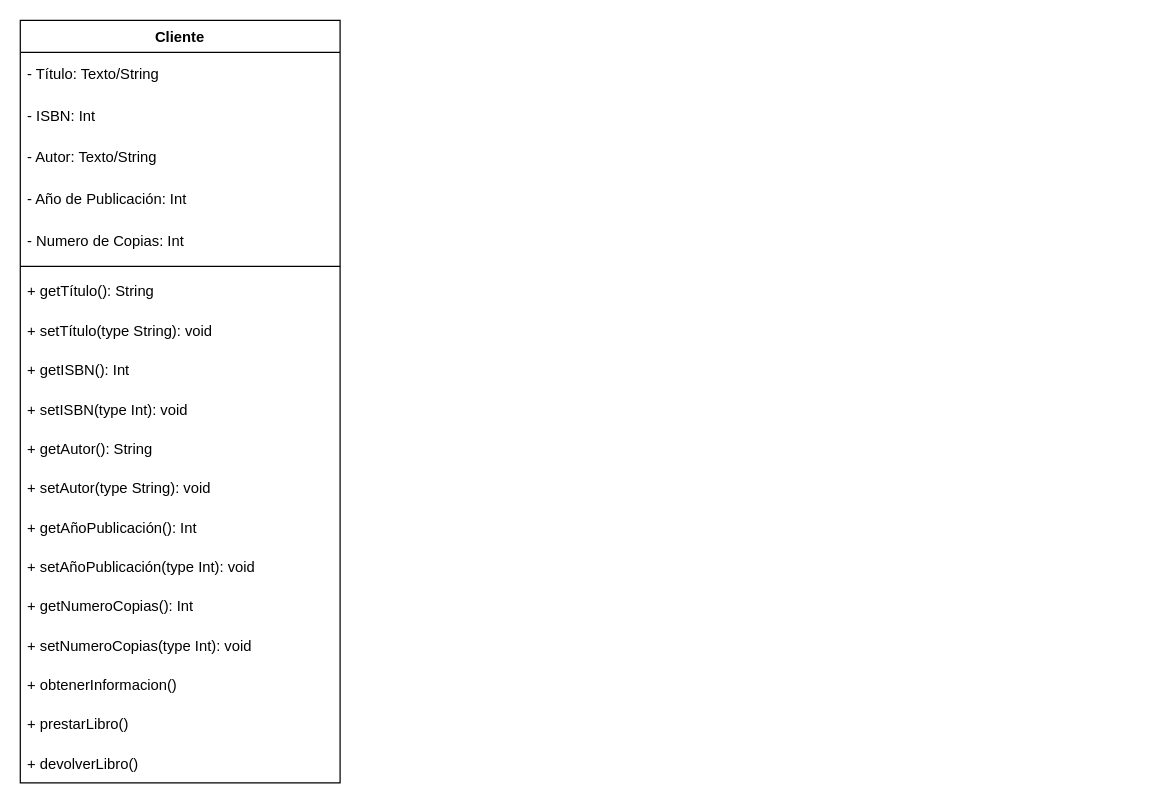
Earlier version of the draw.io diagram Proyecto/Diagramas/ProyectoETS-PRO_DIagramas.drawio (PeterMartEsc/ETS). Source tidied: cells renumbered, new cells numbered last; positions are measured from the earlier drawing's top-left corner, leaving out a move shared by most shapes. Both pictures are drawn from the tidied source at 123%, with x=0, y=0 at pixel (20, 20).
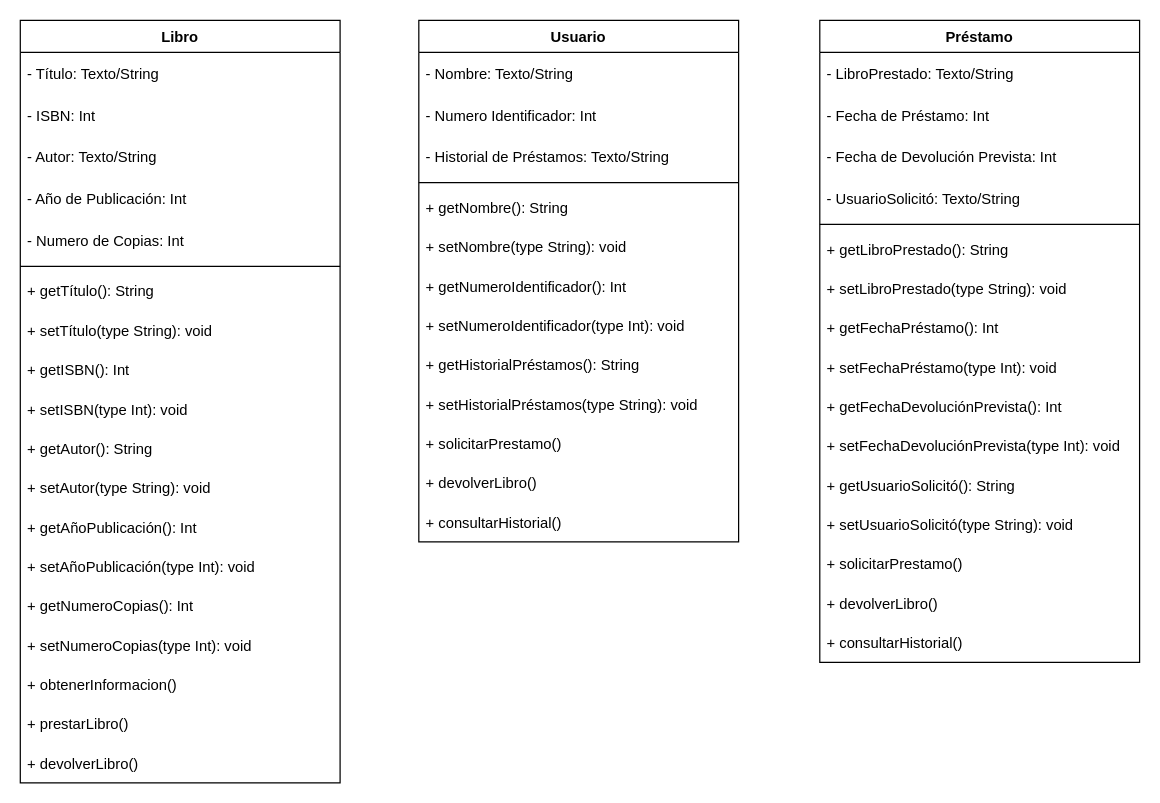
Above is the later version.

The edit, as a diff of the source:
```diff
@@
-    <mxCell id="2" value="Cliente" style="swimlane;align=center;verticalAlign=middle;horizontal=1;startSize=26;" parent="1" vertex="1">
+    <mxCell id="2" value="Libro" style="swimlane;align=center;verticalAlign=middle;horizontal=1;startSize=26;" parent="1" vertex="1">
       <mxGeometry width="260" height="620" as="geometry" />
     </mxCell>
@@
+    <mxCell id="22" value="Usuario" style="swimlane;align=center;verticalAlign=middle;horizontal=1;startSize=26;" parent="1" vertex="1">
+      <mxGeometry x="324" width="260" height="424" as="geometry" />
+    </mxCell>
+    <mxCell id="23" value="- Nombre: Texto/String" style="text;strokeColor=none;fillColor=none;align=left;verticalAlign=middle;spacingLeft=4;spacingRight=4;overflow=hidden;" parent="22" vertex="1">
+      <mxGeometry y="26" width="260" height="34" as="geometry" />
+    </mxCell>
+    <mxCell id="24" value="- Numero Identificador: Int" style="text;strokeColor=none;fillColor=none;align=left;verticalAlign=middle;spacingLeft=4;spacingRight=4;overflow=hidden;" parent="22" vertex="1">
+      <mxGeometry y="60" width="260" height="34" as="geometry" />
+    </mxCell>
+    <mxCell id="25" value="- Historial de Préstamos: Texto/String" style="text;strokeColor=none;fillColor=none;align=left;verticalAlign=middle;spacingLeft=4;spacingRight=4;overflow=hidden;" parent="22" vertex="1">
+      <mxGeometry y="94" width="260" height="34" as="geometry" />
+    </mxCell>
+    <mxCell id="26" style="line;strokeWidth=1;fillColor=none;align=left;verticalAlign=middle;spacingTop=-1;spacingLeft=3;spacingRight=3;labelPosition=right;strokeColor=inherit;" parent="22" vertex="1">
+      <mxGeometry y="128" width="260" height="8" as="geometry" />
+    </mxCell>
+    <mxCell id="27" value="+ getNombre(): String" style="text;strokeColor=none;fillColor=none;align=left;verticalAlign=middle;spacingLeft=4;spacingRight=4;overflow=hidden;" parent="22" vertex="1">
+      <mxGeometry y="136" width="260" height="32" as="geometry" />
+    </mxCell>
+    <mxCell id="28" value="+ setNombre(type String): void" style="text;strokeColor=none;fillColor=none;align=left;verticalAlign=middle;spacingLeft=4;spacingRight=4;overflow=hidden;" parent="22" vertex="1">
+      <mxGeometry y="168" width="260" height="32" as="geometry" />
+    </mxCell>
+    <mxCell id="29" value="+ getNumeroIdentificador(): Int" style="text;strokeColor=none;fillColor=none;align=left;verticalAlign=middle;spacingLeft=4;spacingRight=4;overflow=hidden;" parent="22" vertex="1">
+      <mxGeometry y="200" width="260" height="32" as="geometry" />
+    </mxCell>
+    <mxCell id="30" value="+ setNumeroIdentificador(type Int): void" style="text;strokeColor=none;fillColor=none;align=left;verticalAlign=middle;spacingLeft=4;spacingRight=4;overflow=hidden;" parent="22" vertex="1">
+      <mxGeometry y="232" width="260" height="32" as="geometry" />
+    </mxCell>
+    <mxCell id="31" value="+ getHistorialPréstamos(): String" style="text;strokeColor=none;fillColor=none;align=left;verticalAlign=middle;spacingLeft=4;spacingRight=4;overflow=hidden;" parent="22" vertex="1">
+      <mxGeometry y="264" width="260" height="32" as="geometry" />
+    </mxCell>
+    <mxCell id="32" value="+ setHistorialPréstamos(type String): void" style="text;strokeColor=none;fillColor=none;align=left;verticalAlign=middle;spacingLeft=4;spacingRight=4;overflow=hidden;" parent="22" vertex="1">
+      <mxGeometry y="296" width="260" height="32" as="geometry" />
+    </mxCell>
+    <mxCell id="33" value="+ solicitarPrestamo()" style="text;strokeColor=none;fillColor=none;align=left;verticalAlign=middle;spacingLeft=4;spacingRight=4;overflow=hidden;" parent="22" vertex="1">
+      <mxGeometry y="328" width="260" height="32" as="geometry" />
+    </mxCell>
+    <mxCell id="34" value="+ devolverLibro()" style="text;strokeColor=none;fillColor=none;align=left;verticalAlign=middle;spacingLeft=4;spacingRight=4;overflow=hidden;" parent="22" vertex="1">
+      <mxGeometry y="360" width="260" height="32" as="geometry" />
+    </mxCell>
+    <mxCell id="35" value="+ consultarHistorial()" style="text;strokeColor=none;fillColor=none;align=left;verticalAlign=middle;spacingLeft=4;spacingRight=4;overflow=hidden;" parent="22" vertex="1">
+      <mxGeometry y="392" width="260" height="32" as="geometry" />
+    </mxCell>
+    <mxCell id="36" value="Préstamo" style="swimlane;align=center;verticalAlign=middle;horizontal=1;startSize=26;" parent="1" vertex="1">
+      <mxGeometry x="650" width="260" height="522" as="geometry" />
+    </mxCell>
+    <mxCell id="37" value="- LibroPrestado: Texto/String" style="text;strokeColor=none;fillColor=none;align=left;verticalAlign=middle;spacingLeft=4;spacingRight=4;overflow=hidden;" parent="36" vertex="1">
+      <mxGeometry y="26" width="260" height="34" as="geometry" />
+    </mxCell>
+    <mxCell id="38" value="- Fecha de Préstamo: Int" style="text;strokeColor=none;fillColor=none;align=left;verticalAlign=middle;spacingLeft=4;spacingRight=4;overflow=hidden;" parent="36" vertex="1">
+      <mxGeometry y="60" width="260" height="34" as="geometry" />
+    </mxCell>
+    <mxCell id="39" value="- Fecha de Devolución Prevista: Int" style="text;strokeColor=none;fillColor=none;align=left;verticalAlign=middle;spacingLeft=4;spacingRight=4;overflow=hidden;" parent="36" vertex="1">
+      <mxGeometry y="94" width="260" height="34" as="geometry" />
+    </mxCell>
+    <mxCell id="40" value="- UsuarioSolicitó: Texto/String" style="text;strokeColor=none;fillColor=none;align=left;verticalAlign=middle;spacingLeft=4;spacingRight=4;overflow=hidden;" parent="36" vertex="1">
+      <mxGeometry y="128" width="260" height="34" as="geometry" />
+    </mxCell>
+    <mxCell id="41" style="line;strokeWidth=1;fillColor=none;align=left;verticalAlign=middle;spacingTop=-1;spacingLeft=3;spacingRight=3;labelPosition=right;strokeColor=inherit;" parent="36" vertex="1">
+      <mxGeometry y="162" width="260" height="8" as="geometry" />
+    </mxCell>
+    <mxCell id="42" value="+ getLibroPrestado(): String" style="text;strokeColor=none;fillColor=none;align=left;verticalAlign=middle;spacingLeft=4;spacingRight=4;overflow=hidden;" parent="36" vertex="1">
+      <mxGeometry y="170" width="260" height="32" as="geometry" />
+    </mxCell>
+    <mxCell id="43" value="+ setLibroPrestado(type String): void" style="text;strokeColor=none;fillColor=none;align=left;verticalAlign=middle;spacingLeft=4;spacingRight=4;overflow=hidden;" parent="36" vertex="1">
+      <mxGeometry y="202" width="260" height="32" as="geometry" />
+    </mxCell>
+    <mxCell id="44" value="+ getFechaPréstamo(): Int" style="text;strokeColor=none;fillColor=none;align=left;verticalAlign=middle;spacingLeft=4;spacingRight=4;overflow=hidden;" parent="36" vertex="1">
+      <mxGeometry y="234" width="260" height="32" as="geometry" />
+    </mxCell>
+    <mxCell id="45" value="+ setFechaPréstamo(type Int): void" style="text;strokeColor=none;fillColor=none;align=left;verticalAlign=middle;spacingLeft=4;spacingRight=4;overflow=hidden;" parent="36" vertex="1">
+      <mxGeometry y="266" width="260" height="32" as="geometry" />
+    </mxCell>
+    <mxCell id="46" value="+ getFechaDevoluciónPrevista(): Int" style="text;strokeColor=none;fillColor=none;align=left;verticalAlign=middle;spacingLeft=4;spacingRight=4;overflow=hidden;" parent="36" vertex="1">
+      <mxGeometry y="298" width="260" height="32" as="geometry" />
+    </mxCell>
+    <mxCell id="47" value="+ setFechaDevoluciónPrevista(type Int): void" style="text;strokeColor=none;fillColor=none;align=left;verticalAlign=middle;spacingLeft=4;spacingRight=4;overflow=hidden;" parent="36" vertex="1">
+      <mxGeometry y="330" width="260" height="32" as="geometry" />
+    </mxCell>
+    <mxCell id="48" value="+ getUsuarioSolicitó(): String" style="text;strokeColor=none;fillColor=none;align=left;verticalAlign=middle;spacingLeft=4;spacingRight=4;overflow=hidden;" parent="36" vertex="1">
+      <mxGeometry y="362" width="260" height="32" as="geometry" />
+    </mxCell>
+    <mxCell id="49" value="+ setUsuarioSolicitó(type String): void" style="text;strokeColor=none;fillColor=none;align=left;verticalAlign=middle;spacingLeft=4;spacingRight=4;overflow=hidden;" parent="36" vertex="1">
+      <mxGeometry y="394" width="260" height="32" as="geometry" />
+    </mxCell>
+    <mxCell id="50" value="+ solicitarPrestamo()" style="text;strokeColor=none;fillColor=none;align=left;verticalAlign=middle;spacingLeft=4;spacingRight=4;overflow=hidden;" parent="36" vertex="1">
+      <mxGeometry y="426" width="260" height="32" as="geometry" />
+    </mxCell>
+    <mxCell id="51" value="+ devolverLibro()" style="text;strokeColor=none;fillColor=none;align=left;verticalAlign=middle;spacingLeft=4;spacingRight=4;overflow=hidden;" parent="36" vertex="1">
+      <mxGeometry y="458" width="260" height="32" as="geometry" />
+    </mxCell>
+    <mxCell id="52" value="+ consultarHistorial()" style="text;strokeColor=none;fillColor=none;align=left;verticalAlign=middle;spacingLeft=4;spacingRight=4;overflow=hidden;" parent="36" vertex="1">
+      <mxGeometry y="490" width="260" height="32" as="geometry" />
+    </mxCell>
```
